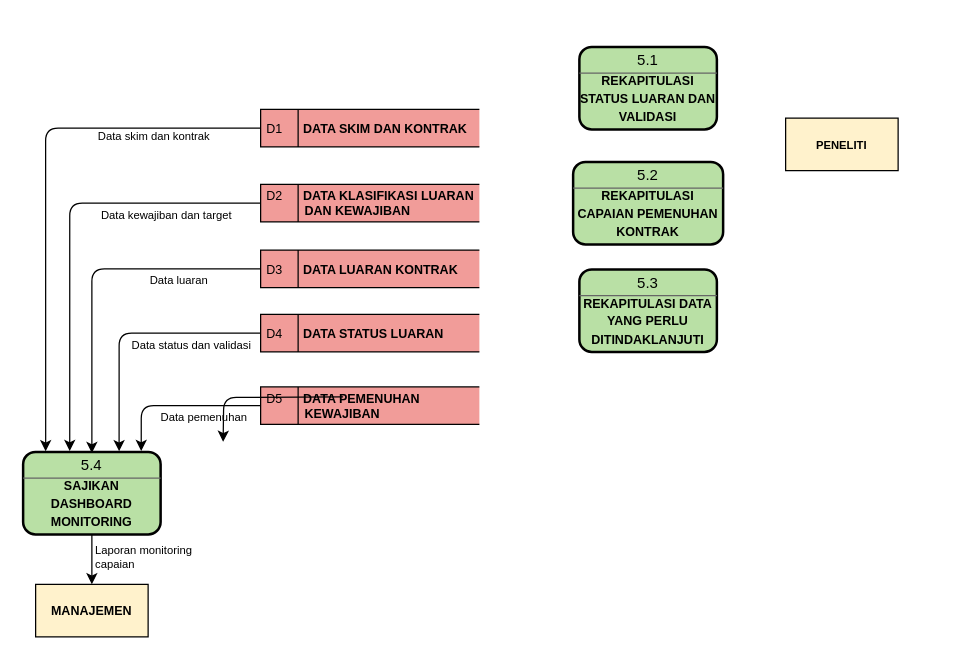
This is page "Level 1 (5)" (7 of 7) of Monitoring Luaran.drawio from krizal8749-ops/Ideabox, a draw.io file, before an edit. Source tidied: cells renumbered, new cells numbered last; positions are measured from the earlier drawing's top-left corner, leaving out a move shared by most shapes. Both pictures are drawn from the tidied source at 125%, with x=0, y=0 at pixel (22, 46).
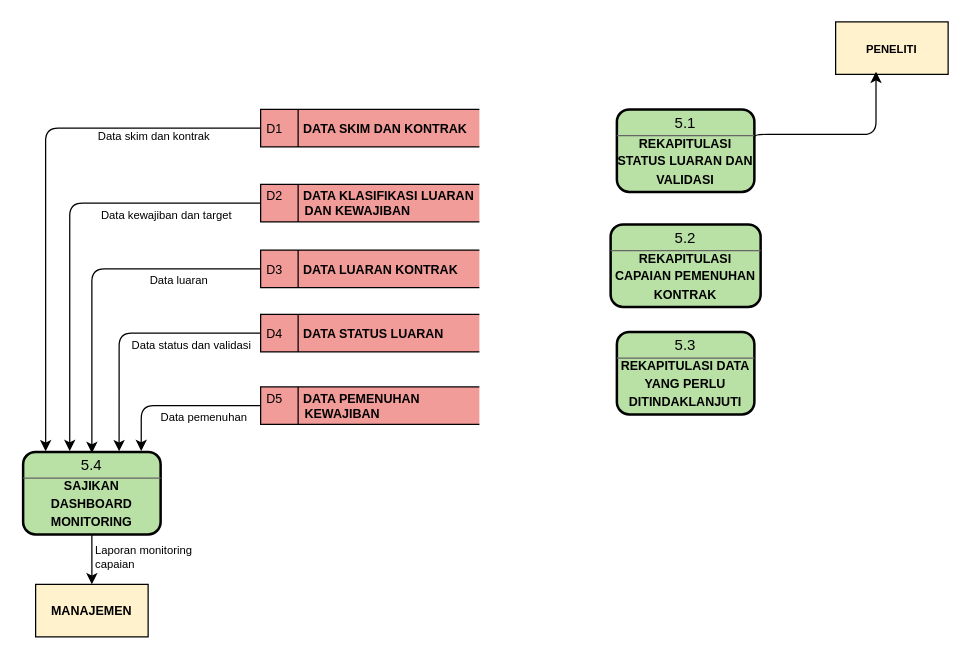
Above is the later version.

The change refers to these unchanged cells:
```xml
<mxCell id="6" value="&lt;font size=&quot;1&quot;&gt;REKAPITULASI STATUS LUARAN DAN VALIDASI&lt;/font&gt;" style="text;html=1;whiteSpace=wrap;strokeColor=none;fillColor=none;align=center;verticalAlign=middle;rounded=0;fontStyle=1;" parent="2" vertex="1">
  <mxGeometry y="24" width="110" height="33" as="geometry" />
</mxCell>
```

What changed in the source:
```diff
@@
     <mxCell id="2" style="group;" parent="1" vertex="1">
-      <mxGeometry x="445" width="110" height="66" as="geometry" />
+      <mxGeometry x="475" y="50" width="110" height="66" as="geometry" />
     </mxCell>
@@
     <mxCell id="8" style="group;" parent="1" vertex="1">
-      <mxGeometry x="440" y="92" width="120" height="66" as="geometry" />
+      <mxGeometry x="470" y="142" width="120" height="66" as="geometry" />
     </mxCell>
@@
     <mxCell id="13" style="group;" parent="1" vertex="1">
-      <mxGeometry x="445" y="178" width="110" height="66" as="geometry" />
+      <mxGeometry x="475" y="228" width="110" height="66" as="geometry" />
     </mxCell>
@@
     <mxCell id="27" value="&lt;font style=&quot;font-size: 9px;&quot;&gt;&lt;b style=&quot;&quot;&gt;PENELITI&lt;/b&gt;&lt;/font&gt;" style="html=1;dashed=0;whiteSpace=wrap;fillColor=#FFF2CC;" parent="1" vertex="1">
-      <mxGeometry x="610" y="57" width="90" height="42" as="geometry" />
+      <mxGeometry x="650" y="-20" width="90" height="42" as="geometry" />
     </mxCell>
@@
-    <mxCell id="41" style="endArrow=classic;html=1;rounded=1;edgeStyle=orthogonalEdgeStyle;curved=0;entryX=0.859;entryY=-0.01;entryDx=0;entryDy=0;exitX=0;exitY=0.5;exitDx=0;exitDy=0;entryPerimeter=0;" parent="1" edge="1">
+    <mxCell id="41" style="endArrow=classic;html=1;rounded=1;edgeStyle=orthogonalEdgeStyle;curved=0;entryX=0.359;entryY=0.949;entryDx=0;entryDy=0;exitX=1;exitY=0;exitDx=0;exitDy=0;entryPerimeter=0;" parent="1" edge="1" source="6" target="27">
       <mxGeometry x="0.21" relative="1" as="geometry">
-        <mxPoint x="256" y="280" as="sourcePoint" />
-        <mxPoint x="160" y="316" as="targetPoint" />
+        <Array as="points">
+          <mxPoint x="585" y="70" />
+          <mxPoint x="682.3" y="70" />
+        </Array>
       </mxGeometry>
     </mxCell>
```
